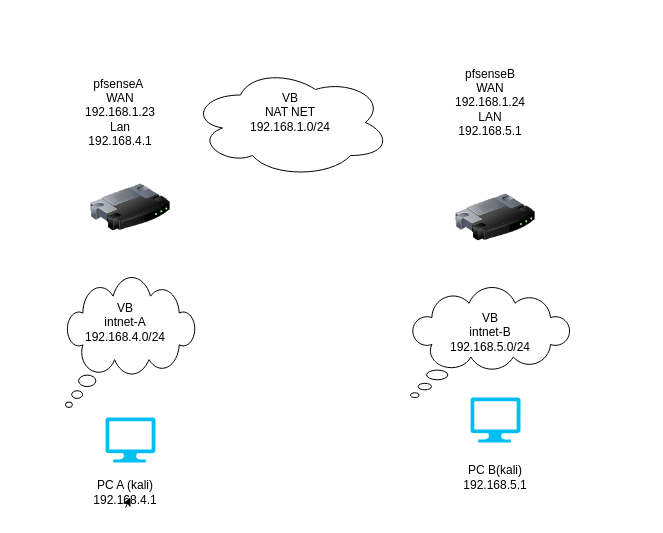
Above: 301/lab5.drawio in KrustyKode/ops_challenges (draw.io), before the change. Source tidied: cells renumbered, new cells numbered last; positions are measured from the earlier drawing's top-left corner, leaving out a move shared by most shapes. Both pictures are drawn from the tidied source at 100%, with x=0, y=0 at pixel (65, 67).
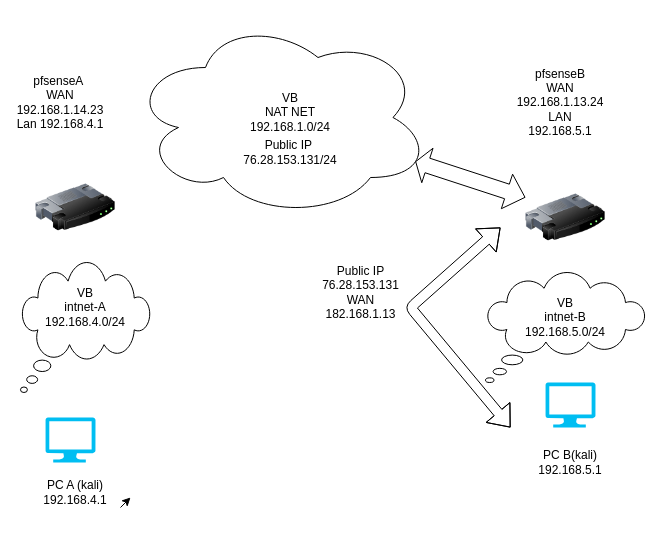
The same diagram, later.

What changed in the source:
```diff
@@
     <mxCell id="2" style="verticalLabelPosition=bottom;html=1;verticalAlign=top;align=center;strokeColor=none;fillColor=#00BEF2;shape=mxgraph.azure.computer;" parent="1" vertex="1">
-      <mxGeometry x="40" y="350" width="50" height="45" as="geometry" />
+      <mxGeometry x="-20" y="350" width="50" height="45" as="geometry" />
     </mxCell>
     <mxCell id="3" style="verticalLabelPosition=bottom;html=1;verticalAlign=top;align=center;strokeColor=none;fillColor=#00BEF2;shape=mxgraph.azure.computer;" parent="1" vertex="1">
-      <mxGeometry x="405" y="330" width="50" height="45" as="geometry" />
+      <mxGeometry x="480" y="315" width="50" height="45" as="geometry" />
     </mxCell>
-    <mxCell id="4" style="edgeStyle=none;html=1;exitX=0.5;exitY=1;exitDx=0;exitDy=0;" parent="1" edge="1" source="5">
+    <mxCell id="4" style="edgeStyle=none;html=1;" parent="1" edge="1">
       <mxGeometry relative="1" as="geometry">
+        <mxPoint x="55" y="440" as="sourcePoint" />
         <mxPoint x="65" y="430" as="targetPoint" />
       </mxGeometry>
     </mxCell>
     <mxCell id="5" value="PC A (kali)&lt;br&gt;192.168.4.1" style="text;html=1;strokeColor=none;fillColor=none;align=center;verticalAlign=middle;whiteSpace=wrap;rounded=0;" parent="1" vertex="1">
-      <mxGeometry x="30" y="410" width="60" height="30" as="geometry" />
+      <mxGeometry x="-20" y="410" width="60" height="30" as="geometry" />
     </mxCell>
-    <mxCell id="6" value="pfsenseA&amp;nbsp;&lt;br&gt;WAN 192.168.1.23&lt;br&gt;Lan 192.168.4.1" style="text;html=1;strokeColor=none;fillColor=none;align=center;verticalAlign=middle;whiteSpace=wrap;rounded=0;" parent="1" vertex="1">
-      <mxGeometry x="25" y="30" width="60" height="30" as="geometry" />
+    <mxCell id="6" value="pfsenseA&amp;nbsp;&lt;br&gt;WAN 192.168.1.14.23&lt;br&gt;Lan 192.168.4.1" style="text;html=1;strokeColor=none;fillColor=none;align=center;verticalAlign=middle;whiteSpace=wrap;rounded=0;" parent="1" vertex="1">
+      <mxGeometry x="-35" y="20" width="60" height="30" as="geometry" />
     </mxCell>
     <mxCell id="7" style="whiteSpace=wrap;html=1;shape=mxgraph.basic.cloud_callout;" parent="1" vertex="1">
-      <mxGeometry y="210" width="130" height="130" as="geometry" />
+      <mxGeometry x="-45" y="195" width="130" height="130" as="geometry" />
     </mxCell>
     <mxCell id="8" style="whiteSpace=wrap;html=1;shape=mxgraph.basic.cloud_callout;" parent="1" vertex="1">
-      <mxGeometry x="345" y="220" width="160" height="110" as="geometry" />
+      <mxGeometry x="420" y="205" width="160" height="110" as="geometry" />
     </mxCell>
     <mxCell id="9" value="VB&lt;br&gt;intnet-A&lt;br&gt;192.168.4.0/24" style="text;html=1;strokeColor=none;fillColor=none;align=center;verticalAlign=middle;whiteSpace=wrap;rounded=0;" parent="1" vertex="1">
-      <mxGeometry x="30" y="240" width="60" height="30" as="geometry" />
+      <mxGeometry x="-10" y="225" width="60" height="30" as="geometry" />
     </mxCell>
     <mxCell id="10" value="VB&lt;br&gt;intnet-B&lt;br&gt;192.168.5.0/24" style="text;html=1;strokeColor=none;fillColor=none;align=center;verticalAlign=middle;whiteSpace=wrap;rounded=0;" parent="1" vertex="1">
-      <mxGeometry x="385" y="240" width="80" height="50" as="geometry" />
+      <mxGeometry x="460" y="225" width="80" height="50" as="geometry" />
     </mxCell>
     <mxCell id="11" value="PC B(kali)&lt;br&gt;192.168.5.1" style="text;html=1;strokeColor=none;fillColor=none;align=center;verticalAlign=middle;whiteSpace=wrap;rounded=0;" parent="1" vertex="1">
-      <mxGeometry x="400" y="395" width="60" height="30" as="geometry" />
+      <mxGeometry x="475" y="380" width="60" height="30" as="geometry" />
     </mxCell>
     <mxCell id="12" style="image;html=1;image=img/lib/clip_art/networking/Router_128x128.png;" parent="1" vertex="1">
-      <mxGeometry x="25" y="100" width="80" height="80" as="geometry" />
+      <mxGeometry x="-30" y="100" width="80" height="80" as="geometry" />
     </mxCell>
     <mxCell id="13" style="image;html=1;image=img/lib/clip_art/networking/Router_128x128.png;" parent="1" vertex="1">
-      <mxGeometry x="390" y="110" width="80" height="80" as="geometry" />
+      <mxGeometry x="460" y="110" width="80" height="80" as="geometry" />
     </mxCell>
-    <mxCell id="14" value="pfsenseB&lt;br&gt;WAN&lt;br&gt;192.168.1.24&lt;br&gt;LAN&lt;br&gt;192.168.5.1" style="text;html=1;strokeColor=none;fillColor=none;align=center;verticalAlign=middle;whiteSpace=wrap;rounded=0;" parent="1" vertex="1">
-      <mxGeometry x="395" y="20" width="60" height="30" as="geometry" />
+    <mxCell id="14" value="pfsenseB&lt;br&gt;WAN&lt;br&gt;192.168.1.13.24&lt;br&gt;LAN&lt;br&gt;192.168.5.1" style="text;html=1;strokeColor=none;fillColor=none;align=center;verticalAlign=middle;whiteSpace=wrap;rounded=0;" parent="1" vertex="1">
+      <mxGeometry x="465" y="20" width="60" height="30" as="geometry" />
     </mxCell>
     <mxCell id="15" style="ellipse;shape=cloud;whiteSpace=wrap;html=1;" parent="1" vertex="1">
-      <mxGeometry x="125" width="200" height="110" as="geometry" />
+      <mxGeometry x="65" y="-50" width="300" height="200" as="geometry" />
     </mxCell>
@@
+    <mxCell id="17" style="shape=flexArrow;endArrow=classic;startArrow=classic;html=1;" parent="1" edge="1">
+      <mxGeometry relative="1" as="geometry">
+        <mxPoint x="445" y="360" as="sourcePoint" />
+        <mxPoint x="435" y="160" as="targetPoint" />
+        <Array as="points">
+          <mxPoint x="345" y="240" />
+        </Array>
+      </mxGeometry>
+    </mxCell>
+    <mxCell id="18" style="shape=flexArrow;endArrow=classic;startArrow=classic;html=1;width=15.294117647058824;startSize=3.776470588235294;entryX=0;entryY=0.25;entryDx=0;entryDy=0;" parent="1" edge="1" source="15" target="13">
+      <mxGeometry relative="1" as="geometry" />
+    </mxCell>
+    <mxCell id="19" value="Public IP&amp;nbsp;&lt;br&gt;76.28.153.131/24" style="text;html=1;strokeColor=none;fillColor=none;align=center;verticalAlign=middle;whiteSpace=wrap;rounded=0;" parent="1" vertex="1">
+      <mxGeometry x="195" y="70" width="60" height="30" as="geometry" />
+    </mxCell>
+    <mxCell id="20" value="Public IP&lt;br&gt;76.28.153.131&lt;br&gt;WAN&lt;br&gt;182.168.1.13" style="text;html=1;align=center;verticalAlign=middle;strokeColor=none;fillColor=none;" parent="1" vertex="1">
+      <mxGeometry x="245" y="190" width="100" height="70" as="geometry" />
+    </mxCell>
```
